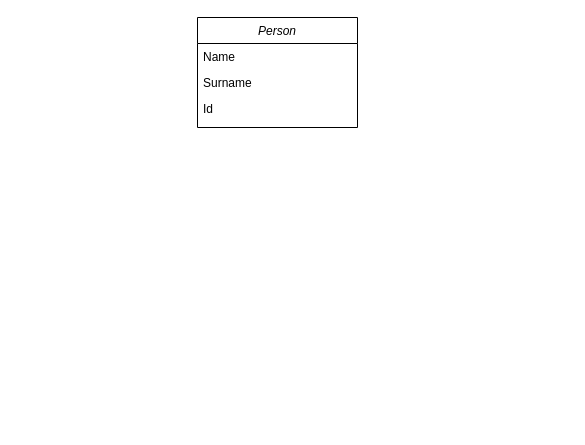
Before: Диаграмма без названия.drawio in XYphrodite/RioCourseWork, a draw.io diagram. Source tidied: cells renumbered, new cells numbered last; positions are measured from the earlier drawing's top-left corner, leaving out a move shared by most shapes. Both pictures are drawn from the tidied source at 100%, with x=0, y=0 at pixel (197, 17).
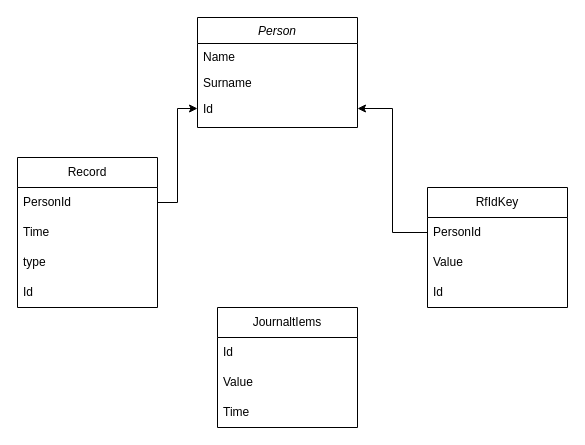
Above is the later version.

Unchanged cells that the change refers to:
```xml
<mxCell id="5" value="Id" style="text;align=left;verticalAlign=top;spacingLeft=4;spacingRight=4;overflow=hidden;points=[[0,0.5],[1,0.5]];portConstraint=eastwest;rounded=0;shadow=0;html=0;" parent="2" vertex="1">
  <mxGeometry y="78" width="160" height="26" as="geometry" />
</mxCell>
```

Change to the diagram source:
```diff
@@
+    <mxCell id="6" value="RfIdKey" style="swimlane;fontStyle=0;horizontal=1;startSize=30;whiteSpace=wrap;html=1;swimlaneLine=1;" parent="1" vertex="1">
+      <mxGeometry x="230" y="170" width="140" height="120" as="geometry" />
+    </mxCell>
+    <mxCell id="7" value="PersonId" style="text;strokeColor=none;fillColor=none;align=left;verticalAlign=middle;spacingLeft=4;spacingRight=4;overflow=hidden;points=[[0,0.5],[1,0.5]];portConstraint=eastwest;whiteSpace=wrap;html=1;" parent="6" vertex="1">
+      <mxGeometry y="30" width="140" height="30" as="geometry" />
+    </mxCell>
+    <mxCell id="8" value="Value" style="text;strokeColor=none;fillColor=none;align=left;verticalAlign=middle;spacingLeft=4;spacingRight=4;overflow=hidden;whiteSpace=wrap;html=1;" parent="6" vertex="1">
+      <mxGeometry y="60" width="140" height="30" as="geometry" />
+    </mxCell>
+    <mxCell id="9" value="Id" style="text;strokeColor=none;fillColor=none;align=left;verticalAlign=middle;spacingLeft=4;spacingRight=4;overflow=hidden;whiteSpace=wrap;html=1;" parent="6" vertex="1">
+      <mxGeometry y="90" width="140" height="30" as="geometry" />
+    </mxCell>
+    <mxCell id="10" value="Record" style="swimlane;fontStyle=0;horizontal=1;startSize=30;whiteSpace=wrap;html=1;" parent="1" vertex="1">
+      <mxGeometry x="-180" y="140" width="140" height="150" as="geometry" />
+    </mxCell>
+    <mxCell id="11" value="PersonId" style="text;strokeColor=none;fillColor=none;align=left;verticalAlign=middle;spacingLeft=4;spacingRight=4;overflow=hidden;points=[[0,0.5],[1,0.5]];portConstraint=eastwest;whiteSpace=wrap;html=1;" parent="10" vertex="1">
+      <mxGeometry y="30" width="140" height="30" as="geometry" />
+    </mxCell>
+    <mxCell id="12" value="Time" style="text;strokeColor=none;fillColor=none;align=left;verticalAlign=middle;spacingLeft=4;spacingRight=4;overflow=hidden;whiteSpace=wrap;html=1;" parent="10" vertex="1">
+      <mxGeometry y="60" width="140" height="30" as="geometry" />
+    </mxCell>
+    <mxCell id="13" value="type" style="text;strokeColor=none;fillColor=none;align=left;verticalAlign=middle;spacingLeft=4;spacingRight=4;overflow=hidden;whiteSpace=wrap;html=1;" parent="10" vertex="1">
+      <mxGeometry y="90" width="140" height="30" as="geometry" />
+    </mxCell>
+    <mxCell id="14" value="Id" style="text;strokeColor=none;fillColor=none;align=left;verticalAlign=middle;spacingLeft=4;spacingRight=4;overflow=hidden;whiteSpace=wrap;html=1;" parent="10" vertex="1">
+      <mxGeometry y="120" width="140" height="30" as="geometry" />
+    </mxCell>
+    <mxCell id="15" value="JournaltIems" style="swimlane;fontStyle=0;horizontal=1;startSize=30;whiteSpace=wrap;html=1;" parent="1" vertex="1">
+      <mxGeometry x="20" y="290" width="140" height="120" as="geometry" />
+    </mxCell>
+    <mxCell id="16" value="Id" style="text;strokeColor=none;fillColor=none;align=left;verticalAlign=middle;spacingLeft=4;spacingRight=4;overflow=hidden;whiteSpace=wrap;html=1;" parent="15" vertex="1">
+      <mxGeometry y="30" width="140" height="30" as="geometry" />
+    </mxCell>
+    <mxCell id="17" value="Value" style="text;strokeColor=none;fillColor=none;align=left;verticalAlign=middle;spacingLeft=4;spacingRight=4;overflow=hidden;whiteSpace=wrap;html=1;" parent="15" vertex="1">
+      <mxGeometry y="60" width="140" height="30" as="geometry" />
+    </mxCell>
+    <mxCell id="18" value="Time" style="text;strokeColor=none;fillColor=none;align=left;verticalAlign=middle;spacingLeft=4;spacingRight=4;overflow=hidden;whiteSpace=wrap;html=1;" parent="15" vertex="1">
+      <mxGeometry y="90" width="140" height="30" as="geometry" />
+    </mxCell>
+    <mxCell id="19" style="edgeStyle=orthogonalEdgeStyle;rounded=0;jettySize=auto;html=1;entryX=0;entryY=0.5;entryDx=0;entryDy=0;" parent="1" edge="1" source="11" target="5">
+      <mxGeometry relative="1" as="geometry" />
+    </mxCell>
+    <mxCell id="20" style="edgeStyle=orthogonalEdgeStyle;rounded=0;jettySize=auto;html=1;entryX=1;entryY=0.5;entryDx=0;entryDy=0;" parent="1" edge="1" source="7" target="5">
+      <mxGeometry relative="1" as="geometry" />
+    </mxCell>
```
